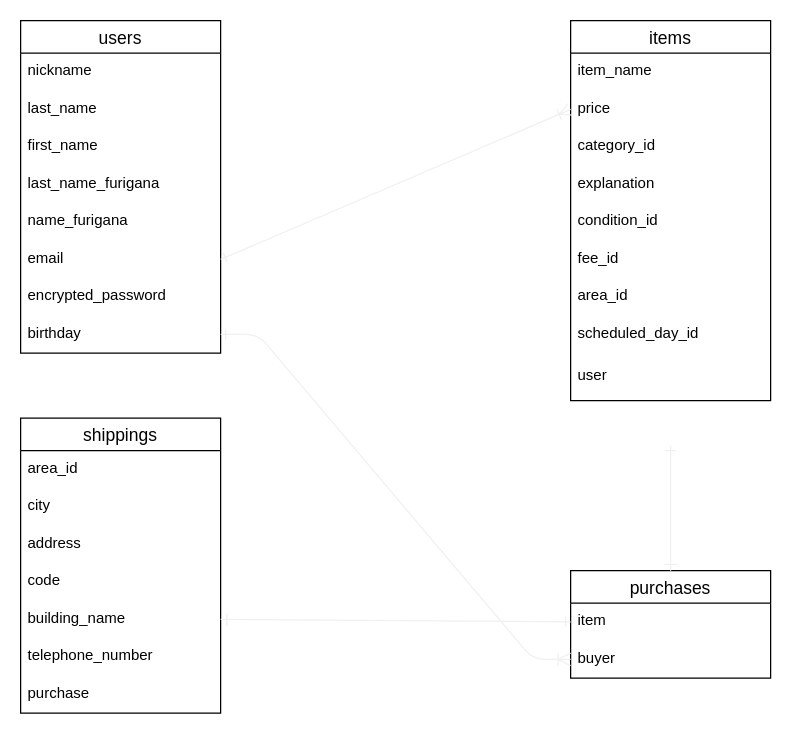
Before: config/furima.dio in halty0330/furima-35914, a draw.io diagram. Source tidied: cells renumbered, new cells numbered last; positions are measured from the earlier drawing's top-left corner, leaving out a move shared by most shapes. Both pictures are drawn from the tidied source at 125%, with x=0, y=0 at pixel (20, 20).
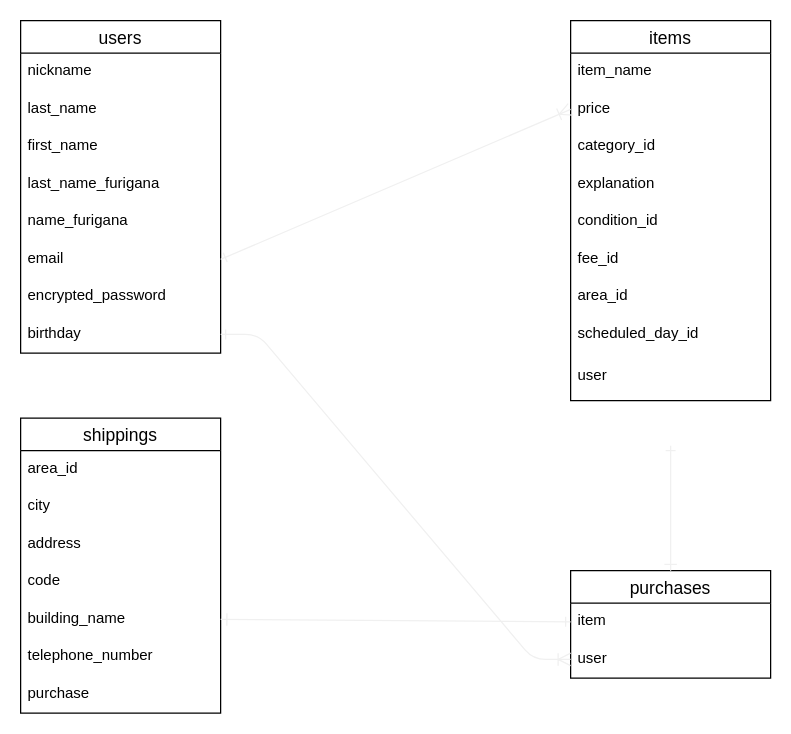
After the change.

Unchanged cells that the change refers to:
```xml
<mxCell id="29" value="purchases" style="swimlane;fontStyle=0;horizontal=1;startSize=26;align=center;fontSize=14;" parent="1" vertex="1">
  <mxGeometry x="440" y="440" width="160" height="86" as="geometry" />
</mxCell>
```

Change to the diagram source:
```diff
@@
-    <mxCell id="31" value="buyer" style="text;strokeColor=none;fillColor=none;spacingLeft=4;spacingRight=4;overflow=hidden;fontSize=12;" parent="29" vertex="1">
+    <mxCell id="31" value="user" style="text;strokeColor=none;fillColor=none;spacingLeft=4;spacingRight=4;overflow=hidden;fontSize=12;" parent="29" vertex="1">
       <mxGeometry y="56" width="160" height="30" as="geometry" />
     </mxCell>
```
